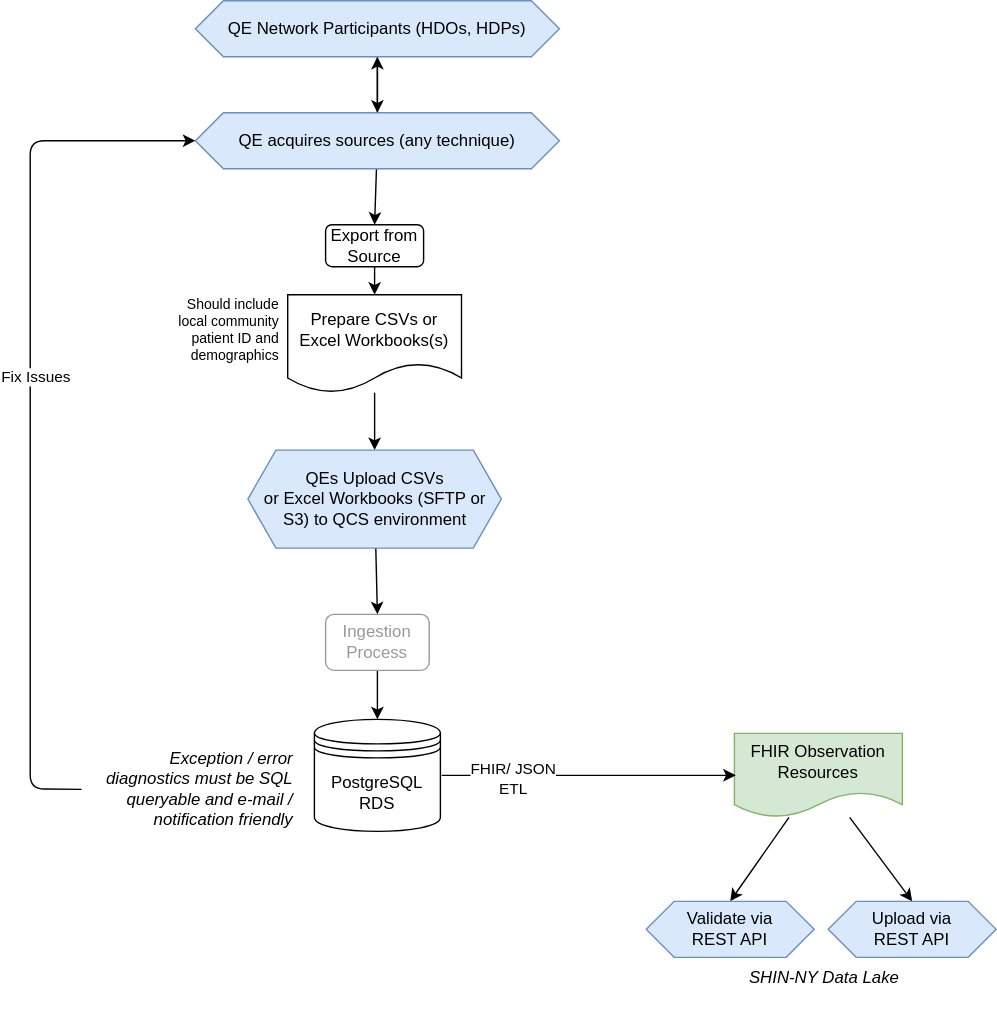
qe-collaborative-services/1115-hub keeps this draw.io diagram as support/docs/cloud-only-architecture.drawio.svg. Above is the earlier version. Source tidied: cells renumbered, new cells last; positions are measured from the earlier drawing's top-left corner, leaving out a move shared by most shapes. Its diagram source:
```xml
<mxGraphModel>
  <root>
    <mxCell id="0" />
    <mxCell id="1" parent="0" />
    <mxCell id="2" style="edgeStyle=none;html=1;entryX=0.5;entryY=0;entryDx=0;entryDy=0;fontColor=#000000;" parent="1" edge="1" source="4" target="12">
      <mxGeometry relative="1" as="geometry" />
    </mxCell>
    <mxCell id="3" style="edgeStyle=none;html=1;" parent="1" edge="1" source="4" target="20">
      <mxGeometry relative="1" as="geometry" />
    </mxCell>
    <mxCell id="4" value="QE acquires sources (any technique)" style="shape=hexagon;perimeter=hexagonPerimeter2;whiteSpace=wrap;html=1;fixedSize=1;fillColor=#dae8fc;strokeColor=#6c8ebf;" parent="1" vertex="1">
      <mxGeometry x="118" y="80" width="260" height="40" as="geometry" />
    </mxCell>
    <mxCell id="5" style="edgeStyle=none;html=1;entryX=0.5;entryY=0;entryDx=0;entryDy=0;fontColor=#000000;" parent="1" edge="1" source="7" target="13">
      <mxGeometry relative="1" as="geometry" />
    </mxCell>
    <mxCell id="6" style="edgeStyle=none;html=1;entryX=0.5;entryY=0;entryDx=0;entryDy=0;strokeColor=#000000;fontColor=#999999;" parent="1" edge="1" source="7" target="21">
      <mxGeometry relative="1" as="geometry" />
    </mxCell>
    <mxCell id="7" value="FHIR Observation Resources" style="shape=document;whiteSpace=wrap;html=1;boundedLbl=1;fillColor=#d5e8d4;strokeColor=#82b366;" parent="1" vertex="1">
      <mxGeometry x="503" y="523.3" width="120" height="60" as="geometry" />
    </mxCell>
    <mxCell id="8" style="edgeStyle=none;html=1;entryX=0;entryY=0.5;entryDx=0;entryDy=0;fontColor=#000000;" parent="1" edge="1">
      <mxGeometry relative="1" as="geometry">
        <mxPoint x="294" y="553.3" as="sourcePoint" />
        <mxPoint x="504" y="553.3" as="targetPoint" />
      </mxGeometry>
    </mxCell>
    <mxCell id="9" value="FHIR/ JSON&lt;br&gt;ETL" style="edgeLabel;html=1;align=center;verticalAlign=middle;fontColor=#000000;" parent="8" vertex="1">
      <mxGeometry x="-0.53" y="-2" relative="1" as="geometry" />
    </mxCell>
    <mxCell id="10" value="PostgreSQL RDS" style="shape=datastore;whiteSpace=wrap;html=1;" parent="1" vertex="1">
      <mxGeometry x="203" y="513.3" width="90" height="80" as="geometry" />
    </mxCell>
    <mxCell id="11" style="edgeStyle=none;html=1;fontColor=#999999;" parent="1" edge="1" source="12" target="15">
      <mxGeometry relative="1" as="geometry" />
    </mxCell>
    <mxCell id="12" value="Export from Source" style="rounded=1;whiteSpace=wrap;html=1;" parent="1" vertex="1">
      <mxGeometry x="211" y="160" width="70" height="30" as="geometry" />
    </mxCell>
    <mxCell id="13" value="Validate via&lt;br&gt;REST API" style="shape=hexagon;perimeter=hexagonPerimeter2;whiteSpace=wrap;html=1;fixedSize=1;fillColor=#dae8fc;strokeColor=#6c8ebf;" parent="1" vertex="1">
      <mxGeometry x="440" y="643.3" width="120" height="40" as="geometry" />
    </mxCell>
    <mxCell id="14" style="edgeStyle=none;html=1;" parent="1" edge="1" source="15" target="27">
      <mxGeometry relative="1" as="geometry" />
    </mxCell>
    <mxCell id="15" value="Prepare CSVs or Excel Workbooks(s)" style="shape=document;whiteSpace=wrap;html=1;boundedLbl=1;" parent="1" vertex="1">
      <mxGeometry x="183.9" y="210" width="124.2" height="70" as="geometry" />
    </mxCell>
    <mxCell id="16" style="edgeStyle=none;html=1;fontColor=#000000;" parent="1" edge="1" target="10">
      <mxGeometry relative="1" as="geometry">
        <mxPoint x="248" y="468.3" as="sourcePoint" />
      </mxGeometry>
    </mxCell>
    <mxCell id="17" style="edgeStyle=none;html=1;entryX=0;entryY=0.5;entryDx=0;entryDy=0;exitX=0;exitY=0.5;exitDx=0;exitDy=0;" parent="1" edge="1" source="22" target="4">
      <mxGeometry relative="1" as="geometry">
        <Array as="points">
          <mxPoint y="563" />
          <mxPoint y="477" />
          <mxPoint y="410" />
          <mxPoint y="100" />
        </Array>
      </mxGeometry>
    </mxCell>
    <mxCell id="18" value="Fix Issues" style="edgeLabel;html=1;align=center;verticalAlign=middle;" parent="17" vertex="1">
      <mxGeometry x="0.07" y="-3" relative="1" as="geometry" />
    </mxCell>
    <mxCell id="19" style="edgeStyle=none;html=1;fontColor=#000000;" parent="1" edge="1" source="20" target="4">
      <mxGeometry relative="1" as="geometry" />
    </mxCell>
    <mxCell id="20" value="QE Network Participants (HDOs, HDPs)" style="shape=hexagon;perimeter=hexagonPerimeter2;whiteSpace=wrap;html=1;fixedSize=1;fillColor=#dae8fc;strokeColor=#6c8ebf;" parent="1" vertex="1">
      <mxGeometry x="118" width="260" height="40" as="geometry" />
    </mxCell>
    <mxCell id="21" value="Upload via&lt;br&gt;REST API" style="shape=hexagon;perimeter=hexagonPerimeter2;whiteSpace=wrap;html=1;fixedSize=1;fillColor=#dae8fc;strokeColor=#6c8ebf;" parent="1" vertex="1">
      <mxGeometry x="570" y="643.3" width="120" height="40" as="geometry" />
    </mxCell>
    <mxCell id="22" value="&lt;span style=&quot;&quot;&gt;Exception / error diagnostics must be SQL queryable and e-mail / notification friendly&lt;/span&gt;" style="text;html=1;strokeColor=none;fillColor=none;align=right;verticalAlign=middle;whiteSpace=wrap;rounded=0;fontStyle=2;" parent="1" vertex="1">
      <mxGeometry x="36.7" y="533.3" width="153" height="60" as="geometry" />
    </mxCell>
    <mxCell id="23" value="Ingestion Process" style="rounded=1;whiteSpace=wrap;html=1;fontColor=#999999;strokeColor=#999999;" parent="1" vertex="1">
      <mxGeometry x="211" y="438.3" width="74" height="40" as="geometry" />
    </mxCell>
    <mxCell id="24" value="Should include local community patient ID and demographics" style="text;html=1;strokeColor=none;fillColor=none;align=right;verticalAlign=middle;whiteSpace=wrap;rounded=0;fontColor=#000000;fontSize=10;" parent="1" vertex="1">
      <mxGeometry x="93" y="195.2" width="87" height="79.7" as="geometry" />
    </mxCell>
    <mxCell id="25" value="&lt;span style=&quot;&quot;&gt;SHIN-NY Data Lake&lt;/span&gt;" style="text;html=1;strokeColor=none;fillColor=none;align=right;verticalAlign=middle;whiteSpace=wrap;rounded=0;fontStyle=2;" parent="1" vertex="1">
      <mxGeometry x="470" y="668.3" width="153" height="60" as="geometry" />
    </mxCell>
    <mxCell id="26" style="edgeStyle=none;html=1;entryX=0.5;entryY=0;entryDx=0;entryDy=0;" parent="1" edge="1" source="27" target="23">
      <mxGeometry relative="1" as="geometry" />
    </mxCell>
    <mxCell id="27" value="QEs Upload CSVs&lt;br&gt;or Excel Workbooks (SFTP or S3) to QCS environment" style="shape=hexagon;perimeter=hexagonPerimeter2;whiteSpace=wrap;html=1;fixedSize=1;fillColor=#dae8fc;strokeColor=#6c8ebf;" parent="1" vertex="1">
      <mxGeometry x="155.5" y="321" width="181" height="70" as="geometry" />
    </mxCell>
  </root>
</mxGraphModel>
```
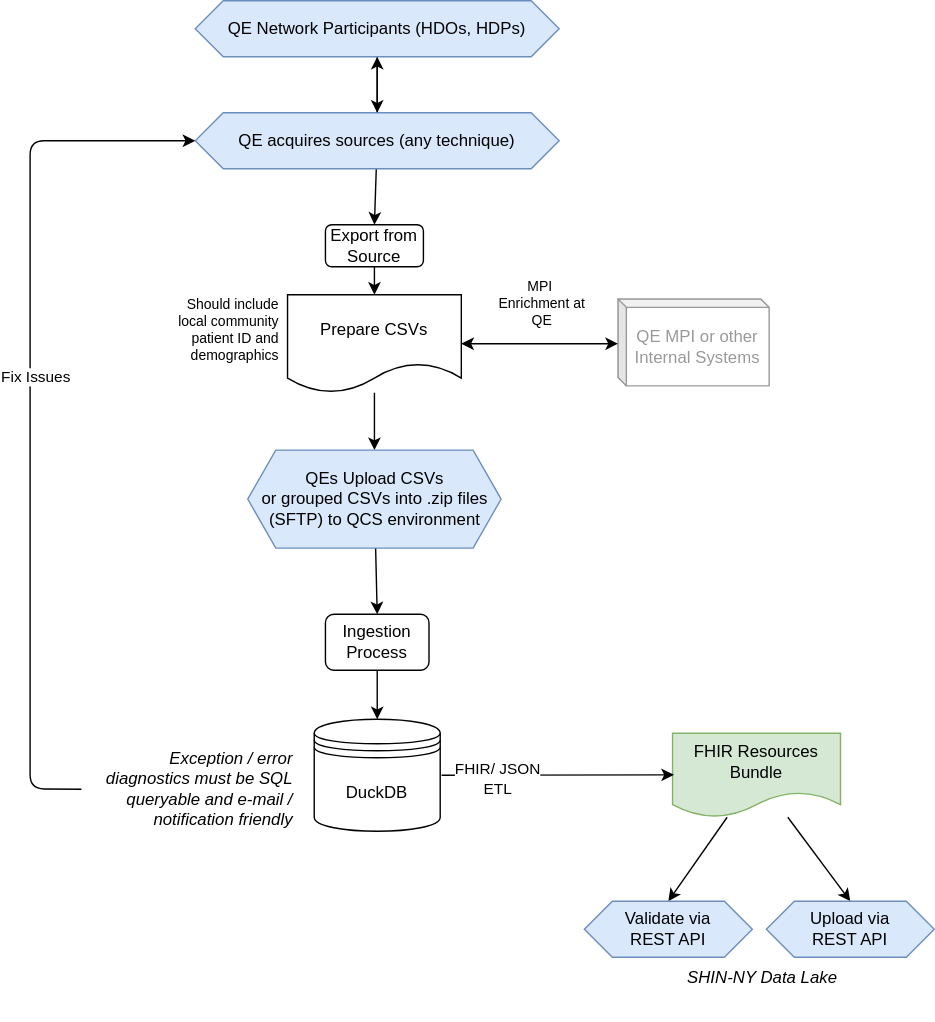
Later version of the same file.

Commit message:
docs: update diagrams and expand FHIR flow

What changed in the source:
```diff
@@ -17,19 +17,19 @@
     <mxCell id="6" style="edgeStyle=none;html=1;entryX=0.5;entryY=0;entryDx=0;entryDy=0;strokeColor=#000000;fontColor=#999999;" parent="1" edge="1" source="7" target="21">
       <mxGeometry relative="1" as="geometry" />
     </mxCell>
-    <mxCell id="7" value="FHIR Observation Resources" style="shape=document;whiteSpace=wrap;html=1;boundedLbl=1;fillColor=#d5e8d4;strokeColor=#82b366;" parent="1" vertex="1">
-      <mxGeometry x="503" y="523.3" width="120" height="60" as="geometry" />
+    <mxCell id="7" value="FHIR Resources Bundle" style="shape=document;whiteSpace=wrap;html=1;boundedLbl=1;fillColor=#d5e8d4;strokeColor=#82b366;" parent="1" vertex="1">
+      <mxGeometry x="459" y="523.3" width="120" height="60" as="geometry" />
     </mxCell>
-    <mxCell id="8" style="edgeStyle=none;html=1;entryX=0;entryY=0.5;entryDx=0;entryDy=0;fontColor=#000000;" parent="1" edge="1">
+    <mxCell id="8" style="edgeStyle=none;html=1;fontColor=#000000;" parent="1" edge="1">
       <mxGeometry relative="1" as="geometry">
         <mxPoint x="294" y="553.3" as="sourcePoint" />
-        <mxPoint x="504" y="553.3" as="targetPoint" />
+        <mxPoint x="460" y="553" as="targetPoint" />
       </mxGeometry>
     </mxCell>
     <mxCell id="9" value="FHIR/ JSON&lt;br&gt;ETL" style="edgeLabel;html=1;align=center;verticalAlign=middle;fontColor=#000000;" parent="8" vertex="1">
       <mxGeometry x="-0.53" y="-2" relative="1" as="geometry" />
     </mxCell>
-    <mxCell id="10" value="PostgreSQL RDS" style="shape=datastore;whiteSpace=wrap;html=1;" parent="1" vertex="1">
+    <mxCell id="10" value="DuckDB" style="shape=datastore;whiteSpace=wrap;html=1;" parent="1" vertex="1">
       <mxGeometry x="203" y="513.3" width="90" height="80" as="geometry" />
     </mxCell>
     <mxCell id="11" style="edgeStyle=none;html=1;fontColor=#999999;" parent="1" edge="1" source="12" target="15">
@@ -39,12 +39,12 @@
       <mxGeometry x="211" y="160" width="70" height="30" as="geometry" />
     </mxCell>
     <mxCell id="13" value="Validate via&lt;br&gt;REST API" style="shape=hexagon;perimeter=hexagonPerimeter2;whiteSpace=wrap;html=1;fixedSize=1;fillColor=#dae8fc;strokeColor=#6c8ebf;" parent="1" vertex="1">
-      <mxGeometry x="440" y="643.3" width="120" height="40" as="geometry" />
+      <mxGeometry x="396" y="643.3" width="120" height="40" as="geometry" />
     </mxCell>
     <mxCell id="14" style="edgeStyle=none;html=1;" parent="1" edge="1" source="15" target="27">
       <mxGeometry relative="1" as="geometry" />
     </mxCell>
-    <mxCell id="15" value="Prepare CSVs or Excel Workbooks(s)" style="shape=document;whiteSpace=wrap;html=1;boundedLbl=1;" parent="1" vertex="1">
+    <mxCell id="15" value="Prepare CSVs&amp;nbsp;" style="shape=document;whiteSpace=wrap;html=1;boundedLbl=1;" parent="1" vertex="1">
       <mxGeometry x="183.9" y="210" width="124.2" height="70" as="geometry" />
     </mxCell>
     <mxCell id="16" style="edgeStyle=none;html=1;fontColor=#000000;" parent="1" edge="1" target="10">
@@ -72,25 +72,36 @@
       <mxGeometry x="118" width="260" height="40" as="geometry" />
     </mxCell>
     <mxCell id="21" value="Upload via&lt;br&gt;REST API" style="shape=hexagon;perimeter=hexagonPerimeter2;whiteSpace=wrap;html=1;fixedSize=1;fillColor=#dae8fc;strokeColor=#6c8ebf;" parent="1" vertex="1">
-      <mxGeometry x="570" y="643.3" width="120" height="40" as="geometry" />
+      <mxGeometry x="526" y="643.3" width="120" height="40" as="geometry" />
     </mxCell>
     <mxCell id="22" value="&lt;span style=&quot;&quot;&gt;Exception / error diagnostics must be SQL queryable and e-mail / notification friendly&lt;/span&gt;" style="text;html=1;strokeColor=none;fillColor=none;align=right;verticalAlign=middle;whiteSpace=wrap;rounded=0;fontStyle=2;" parent="1" vertex="1">
       <mxGeometry x="36.7" y="533.3" width="153" height="60" as="geometry" />
     </mxCell>
-    <mxCell id="23" value="Ingestion Process" style="rounded=1;whiteSpace=wrap;html=1;fontColor=#999999;strokeColor=#999999;" parent="1" vertex="1">
+    <mxCell id="23" value="&lt;font color=&quot;#000000&quot;&gt;Ingestion Process&lt;/font&gt;" style="rounded=1;whiteSpace=wrap;html=1;fontColor=#999999;strokeColor=#000000;" parent="1" vertex="1">
       <mxGeometry x="211" y="438.3" width="74" height="40" as="geometry" />
     </mxCell>
     <mxCell id="24" value="Should include local community patient ID and demographics" style="text;html=1;strokeColor=none;fillColor=none;align=right;verticalAlign=middle;whiteSpace=wrap;rounded=0;fontColor=#000000;fontSize=10;" parent="1" vertex="1">
       <mxGeometry x="93" y="195.2" width="87" height="79.7" as="geometry" />
     </mxCell>
     <mxCell id="25" value="&lt;span style=&quot;&quot;&gt;SHIN-NY Data Lake&lt;/span&gt;" style="text;html=1;strokeColor=none;fillColor=none;align=right;verticalAlign=middle;whiteSpace=wrap;rounded=0;fontStyle=2;" parent="1" vertex="1">
-      <mxGeometry x="470" y="668.3" width="153" height="60" as="geometry" />
+      <mxGeometry x="426" y="668.3" width="153" height="60" as="geometry" />
     </mxCell>
     <mxCell id="26" style="edgeStyle=none;html=1;entryX=0.5;entryY=0;entryDx=0;entryDy=0;" parent="1" edge="1" source="27" target="23">
       <mxGeometry relative="1" as="geometry" />
     </mxCell>
-    <mxCell id="27" value="QEs Upload CSVs&lt;br&gt;or Excel Workbooks (SFTP or S3) to QCS environment" style="shape=hexagon;perimeter=hexagonPerimeter2;whiteSpace=wrap;html=1;fixedSize=1;fillColor=#dae8fc;strokeColor=#6c8ebf;" parent="1" vertex="1">
+    <mxCell id="27" value="QEs Upload CSVs&lt;br&gt;or grouped CSVs into .zip files (SFTP) to QCS environment" style="shape=hexagon;perimeter=hexagonPerimeter2;whiteSpace=wrap;html=1;fixedSize=1;fillColor=#dae8fc;strokeColor=#6c8ebf;" parent="1" vertex="1">
       <mxGeometry x="155.5" y="321" width="181" height="70" as="geometry" />
     </mxCell>
+    <mxCell id="28" value="QE MPI or other Internal Systems" style="shape=cube;whiteSpace=wrap;html=1;boundedLbl=1;backgroundOutline=1;darkOpacity=0.05;darkOpacity2=0.1;strokeColor=#999999;fontColor=#999999;size=6;" parent="1" vertex="1">
+      <mxGeometry x="420" y="213" width="108" height="62.1" as="geometry" />
+    </mxCell>
+    <mxCell id="29" value="MPI&amp;nbsp; Enrichment at QE" style="text;html=1;strokeColor=none;fillColor=none;align=center;verticalAlign=middle;whiteSpace=wrap;rounded=0;fontColor=#000000;fontSize=10;" parent="1" vertex="1">
+      <mxGeometry x="330.6" y="192" width="70.4" height="48.7" as="geometry" />
+    </mxCell>
+    <mxCell id="30" style="endArrow=classic;startArrow=classic;html=1;fontColor=#000000;exitX=1;exitY=0.5;exitDx=0;exitDy=0;" parent="1" edge="1" source="15">
+      <mxGeometry relative="1" as="geometry">
+        <mxPoint x="420" y="245" as="targetPoint" />
+      </mxGeometry>
+    </mxCell>
   </root>
 </mxGraphModel>
```
